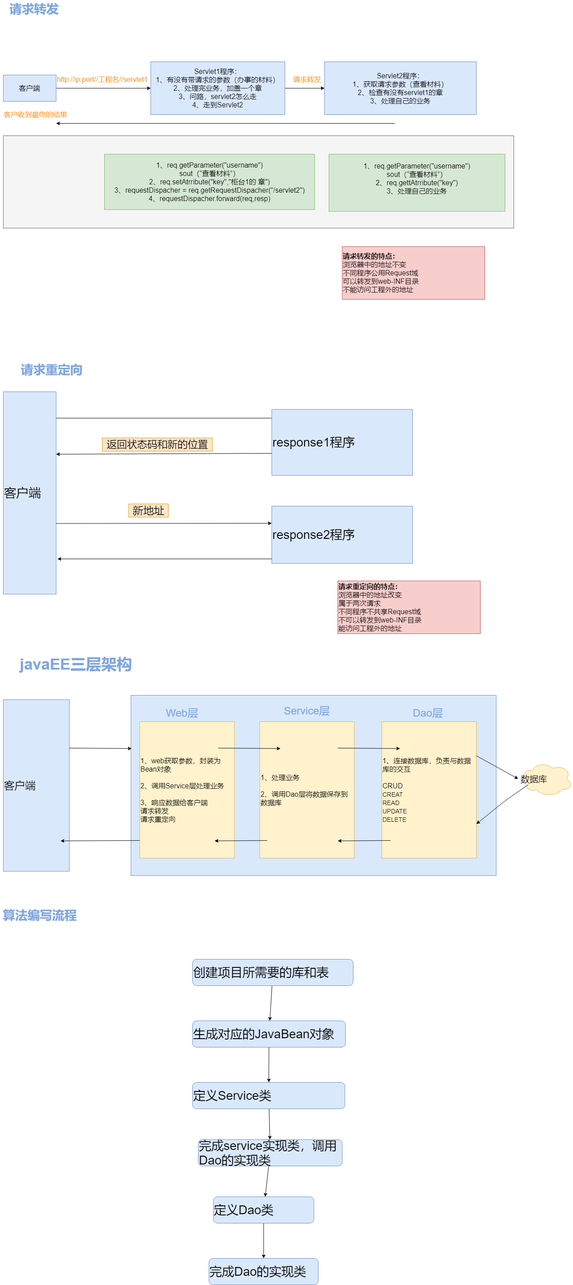
The draw.io diagram web-Page-2.png in kusuzi/LearnJava, before a commit. Source tidied: cells renumbered, new cells last; positions are measured from the earlier drawing's top-left corner, leaving out a move shared by most shapes.
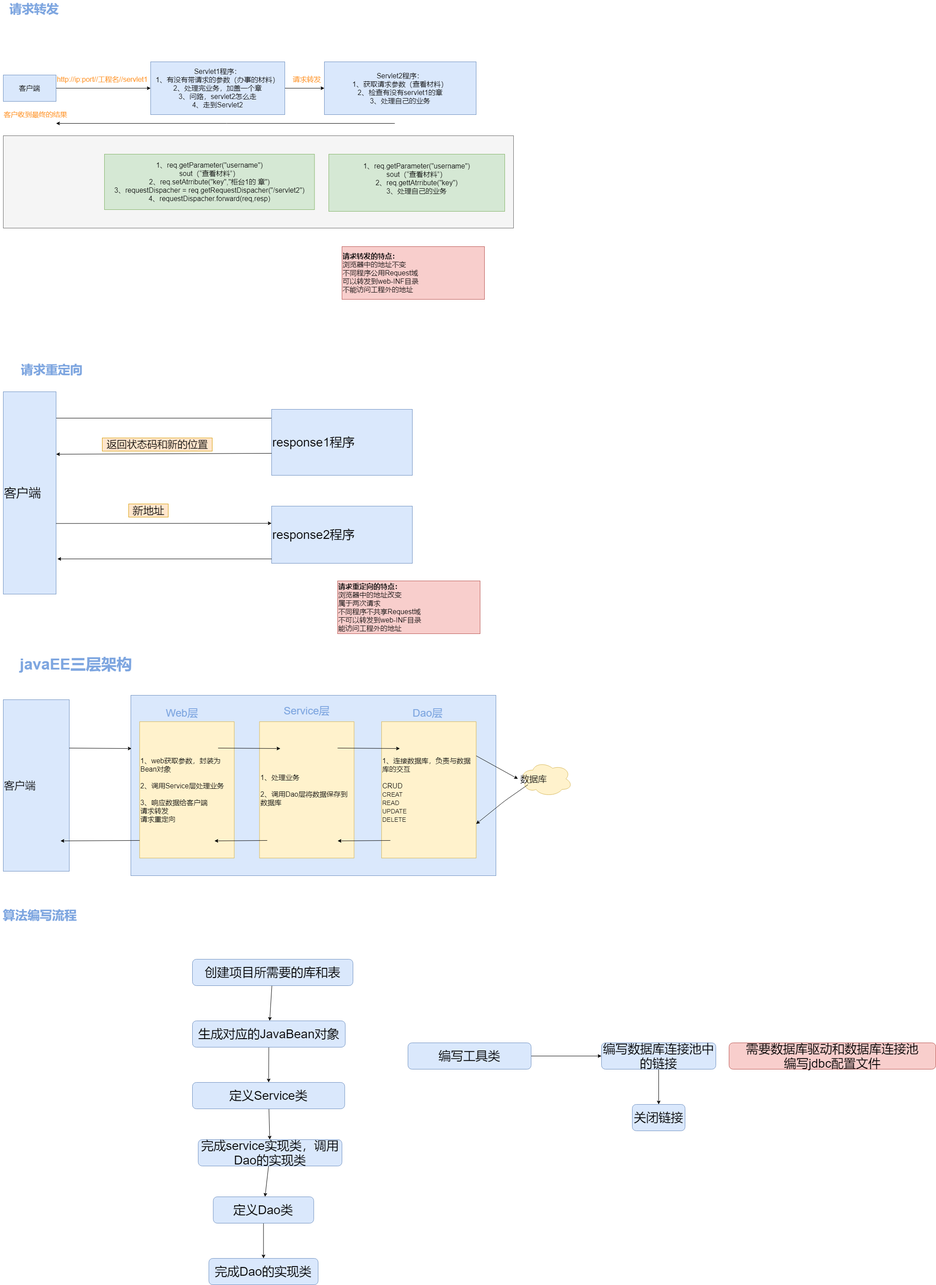
The same diagram one commit later.

Diff of the diagram source:
```diff
@@ -173,38 +173,56 @@
     <mxCell id="45" value="算法编写流程" style="text;html=1;align=center;verticalAlign=middle;strokeColor=none;fontSize=28;fontColor=#7EA6E0;fontStyle=1;" parent="1" vertex="1">
       <mxGeometry y="2060" width="180" height="40" as="geometry" />
     </mxCell>
-    <mxCell id="46" style="edgeStyle=none;rounded=0;jettySize=auto;html=1;fontSize=28;fontColor=#000000;" parent="1" edge="1" source="47" target="49">
+    <mxCell id="46" style="edgeStyle=none;rounded=0;jettySize=auto;html=1;fontSize=28;fontColor=#000000;align=center;" parent="1" edge="1" source="47" target="49">
       <mxGeometry relative="1" as="geometry" />
     </mxCell>
-    <mxCell id="47" value="创建项目所需要的库和表" style="rounded=1;whiteSpace=wrap;html=1;fontSize=28;align=left;fillColor=#dae8fc;strokeColor=#6c8ebf;" parent="1" vertex="1">
+    <mxCell id="47" value="创建项目所需要的库和表" style="rounded=1;whiteSpace=wrap;html=1;fontSize=28;align=center;fillColor=#dae8fc;strokeColor=#6c8ebf;" parent="1" vertex="1">
       <mxGeometry x="437" y="2180" width="365" height="60" as="geometry" />
     </mxCell>
-    <mxCell id="48" style="edgeStyle=none;rounded=0;jettySize=auto;html=1;fontSize=28;fontColor=#000000;" parent="1" edge="1" source="49" target="51">
+    <mxCell id="48" style="edgeStyle=none;rounded=0;jettySize=auto;html=1;fontSize=28;fontColor=#000000;align=center;" parent="1" edge="1" source="49" target="51">
       <mxGeometry relative="1" as="geometry" />
     </mxCell>
-    <mxCell id="49" value="生成对应的JavaBean对象&lt;br&gt;" style="whiteSpace=wrap;html=1;rounded=1;fontSize=28;align=left;strokeColor=#6c8ebf;fillColor=#dae8fc;" parent="1" vertex="1">
+    <mxCell id="49" value="生成对应的JavaBean对象&lt;br&gt;" style="whiteSpace=wrap;html=1;rounded=1;fontSize=28;align=center;strokeColor=#6c8ebf;fillColor=#dae8fc;" parent="1" vertex="1">
       <mxGeometry x="437" y="2320" width="347.5" height="60" as="geometry" />
     </mxCell>
-    <mxCell id="50" style="edgeStyle=none;rounded=0;jettySize=auto;html=1;fontSize=28;fontColor=#000000;" parent="1" edge="1" source="51" target="53">
+    <mxCell id="50" style="edgeStyle=none;rounded=0;jettySize=auto;html=1;fontSize=28;fontColor=#000000;align=center;" parent="1" edge="1" source="51" target="53">
       <mxGeometry relative="1" as="geometry" />
     </mxCell>
-    <mxCell id="51" value="定义Service类" style="whiteSpace=wrap;html=1;rounded=1;fontSize=28;align=left;strokeColor=#6c8ebf;fillColor=#dae8fc;" parent="1" vertex="1">
+    <mxCell id="51" value="定义Service类" style="whiteSpace=wrap;html=1;rounded=1;fontSize=28;align=center;strokeColor=#6c8ebf;fillColor=#dae8fc;" parent="1" vertex="1">
       <mxGeometry x="437" y="2460" width="346.2" height="60" as="geometry" />
     </mxCell>
-    <mxCell id="52" style="edgeStyle=none;rounded=0;jettySize=auto;html=1;fontSize=28;fontColor=#000000;" parent="1" edge="1" source="53" target="55">
+    <mxCell id="52" style="edgeStyle=none;rounded=0;jettySize=auto;html=1;fontSize=28;fontColor=#000000;align=center;" parent="1" edge="1" source="53" target="55">
       <mxGeometry relative="1" as="geometry" />
     </mxCell>
-    <mxCell id="53" value="完成service实现类，调用Dao的实现类" style="whiteSpace=wrap;html=1;rounded=1;fontSize=28;align=left;strokeColor=#6c8ebf;fillColor=#dae8fc;" parent="1" vertex="1">
+    <mxCell id="53" value="完成service实现类，调用Dao的实现类" style="whiteSpace=wrap;html=1;rounded=1;fontSize=28;align=center;strokeColor=#6c8ebf;fillColor=#dae8fc;" parent="1" vertex="1">
       <mxGeometry x="450.1" y="2590" width="326.9" height="60" as="geometry" />
     </mxCell>
-    <mxCell id="54" style="edgeStyle=none;rounded=0;jettySize=auto;html=1;fontSize=28;fontColor=#000000;" parent="1" edge="1" source="55" target="56">
+    <mxCell id="54" style="edgeStyle=none;rounded=0;jettySize=auto;html=1;fontSize=28;fontColor=#000000;align=center;" parent="1" edge="1" source="55" target="56">
       <mxGeometry relative="1" as="geometry" />
     </mxCell>
-    <mxCell id="55" value="定义Dao类&lt;br&gt;" style="whiteSpace=wrap;html=1;rounded=1;fontSize=28;align=left;strokeColor=#6c8ebf;fillColor=#dae8fc;" parent="1" vertex="1">
+    <mxCell id="55" value="定义Dao类&lt;br&gt;" style="whiteSpace=wrap;html=1;rounded=1;fontSize=28;align=center;strokeColor=#6c8ebf;fillColor=#dae8fc;" parent="1" vertex="1">
       <mxGeometry x="484.3" y="2720" width="228.4" height="60" as="geometry" />
     </mxCell>
-    <mxCell id="56" value="完成Dao的实现类" style="whiteSpace=wrap;html=1;rounded=1;fontSize=28;align=left;strokeColor=#6c8ebf;fillColor=#dae8fc;" parent="1" vertex="1">
+    <mxCell id="56" value="完成Dao的实现类" style="whiteSpace=wrap;html=1;rounded=1;fontSize=28;align=center;strokeColor=#6c8ebf;fillColor=#dae8fc;" parent="1" vertex="1">
       <mxGeometry x="474.3" y="2860" width="248.4" height="60" as="geometry" />
     </mxCell>
+    <mxCell id="57" style="edgeStyle=none;rounded=0;jettySize=auto;html=1;fontSize=28;fontColor=#000000;align=center;" parent="1" edge="1" source="58" target="60">
+      <mxGeometry relative="1" as="geometry" />
+    </mxCell>
+    <mxCell id="58" value="编写工具类" style="rounded=1;whiteSpace=wrap;html=1;fontSize=28;align=center;fillColor=#dae8fc;strokeColor=#6c8ebf;" parent="1" vertex="1">
+      <mxGeometry x="927" y="2370" width="280" height="60" as="geometry" />
+    </mxCell>
+    <mxCell id="59" style="edgeStyle=none;rounded=0;jettySize=auto;html=1;fontSize=28;fontColor=#000000;align=center;" parent="1" edge="1" source="60" target="61">
+      <mxGeometry relative="1" as="geometry" />
+    </mxCell>
+    <mxCell id="60" value="编写数据库连接池中的链接" style="whiteSpace=wrap;html=1;rounded=1;fontSize=28;strokeColor=#6c8ebf;fillColor=#dae8fc;" parent="1" vertex="1">
+      <mxGeometry x="1367" y="2370" width="260" height="60" as="geometry" />
+    </mxCell>
+    <mxCell id="61" value="关闭链接" style="whiteSpace=wrap;html=1;rounded=1;fontSize=28;strokeColor=#6c8ebf;fillColor=#dae8fc;" parent="1" vertex="1">
+      <mxGeometry x="1437" y="2510" width="120" height="60" as="geometry" />
+    </mxCell>
+    <mxCell id="62" value="需要数据库驱动和数据库连接池&lt;br&gt;编写jdbc配置文件" style="rounded=1;whiteSpace=wrap;html=1;fontSize=28;align=center;fillColor=#f8cecc;strokeColor=#b85450;" parent="1" vertex="1">
+      <mxGeometry x="1657" y="2370" width="470" height="60" as="geometry" />
+    </mxCell>
   </root>
 </mxGraphModel>
```
